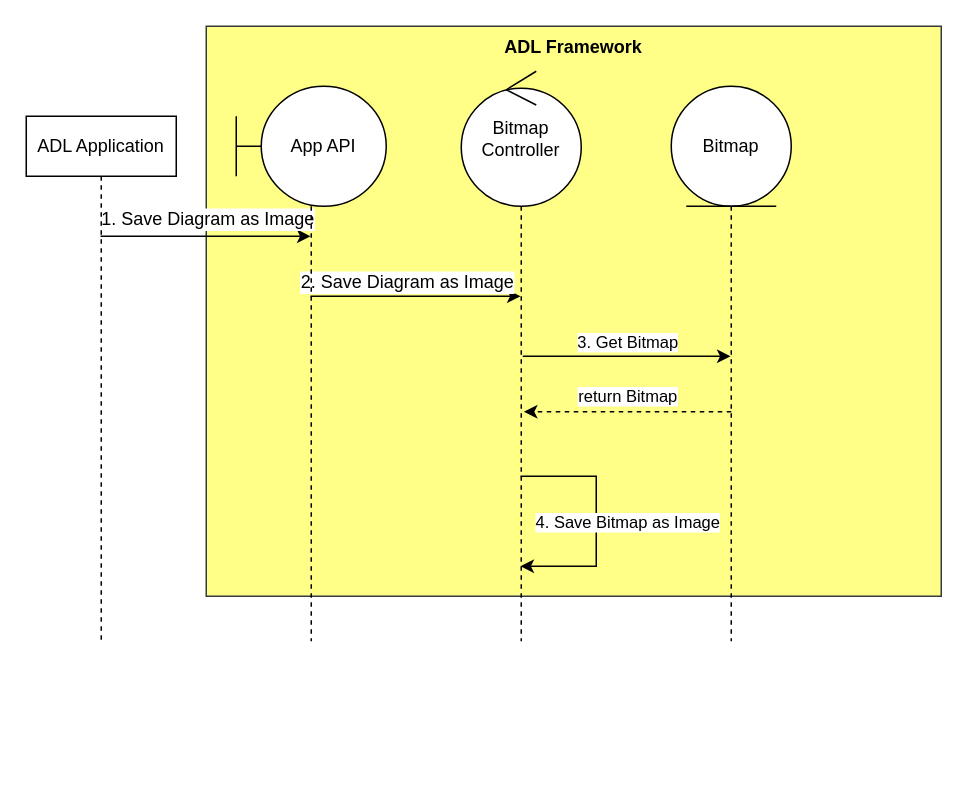
This is SaveDiagramAsADLfile.drawio from phunm211/SW-Associate-Architecture, a draw.io file, before an edit. Source tidied: cells renumbered, new cells numbered last; positions are measured from the earlier drawing's top-left corner, leaving out a move shared by most shapes. Both pictures are drawn from the tidied source at 150%, with x=0, y=0 at pixel (26, 26).
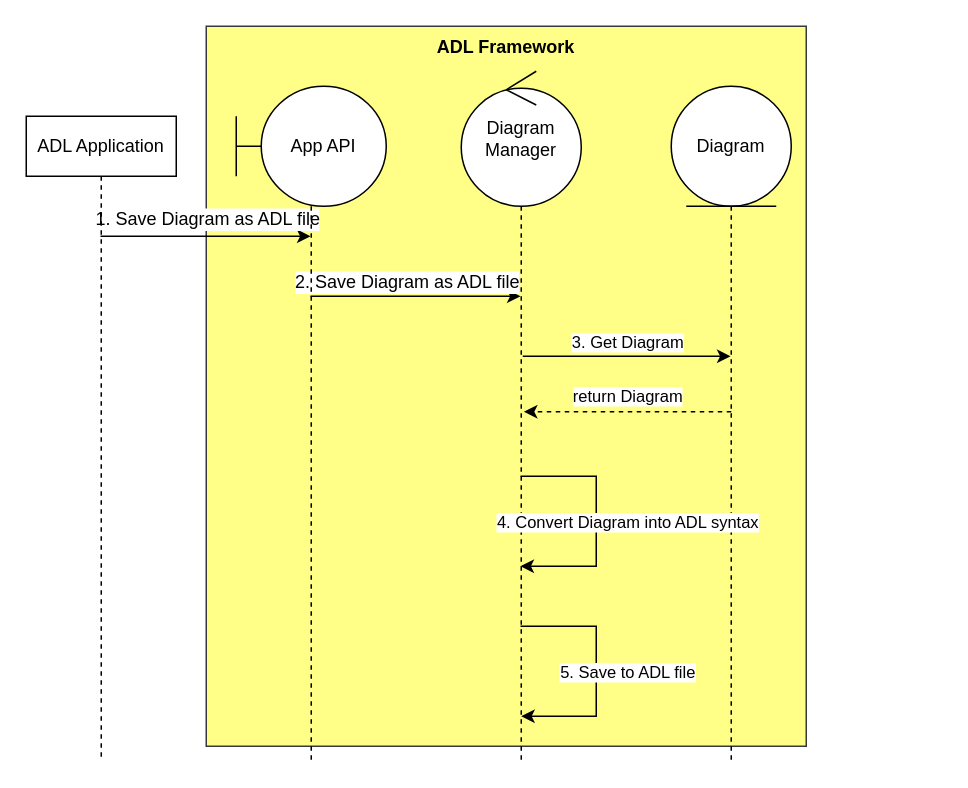
The same diagram, later.

The change refers to these unchanged cells:
```xml
<mxCell id="4" style="rounded=0;jettySize=auto;html=1;fontFamily=Helvetica;fontSize=12;fontColor=default;" parent="1" edge="1" source="6" target="10">
  <mxGeometry relative="1" as="geometry">
    <Array as="points">
      <mxPoint x="140" y="140" />
    </Array>
  </mxGeometry>
</mxCell>
<mxCell id="7" style="rounded=0;jettySize=auto;html=1;fontFamily=Helvetica;fontSize=12;fontColor=default;" parent="1" edge="1" source="10" target="9">
  <mxGeometry relative="1" as="geometry">
    <Array as="points">
      <mxPoint x="260" y="180" />
    </Array>
  </mxGeometry>
</mxCell>
<mxCell id="11" style="rounded=0;jettySize=auto;html=1;edgeStyle=elbowEdgeStyle;" parent="1" edge="1" target="9">
  <mxGeometry relative="1" as="geometry">
    <mxPoint x="329.5" y="300" as="sourcePoint" />
    <Array as="points">
      <mxPoint x="380" y="360" />
    </Array>
  </mxGeometry>
</mxCell>
<mxCell id="13" style="rounded=0;jettySize=auto;html=1;" parent="1" edge="1" target="3">
  <mxGeometry relative="1" as="geometry">
    <mxPoint x="331" y="220" as="sourcePoint" />
  </mxGeometry>
</mxCell>
```

Change to the diagram source:
```diff
@@
     <mxCell id="2" value="ADL Framework" style="rounded=0;whiteSpace=wrap;html=1;strokeColor=#36393d;align=center;verticalAlign=top;fontFamily=Helvetica;fontSize=12;fillColor=#ffff88;fontStyle=1;" parent="1" vertex="1">
-      <mxGeometry x="120" width="490" height="380" as="geometry" />
+      <mxGeometry x="120" width="400" height="480" as="geometry" />
     </mxCell>
-    <mxCell id="3" value="Bitmap" style="shape=umlLifeline;perimeter=lifelinePerimeter;whiteSpace=wrap;html=1;outlineConnect=0;portConstraint=eastwest;newEdgeStyle={&quot;curved&quot;:0,&quot;rounded&quot;:0};participant=umlEntity;strokeColor=default;align=center;verticalAlign=middle;fontFamily=Helvetica;fontSize=12;fontColor=default;fillColor=default;size=80;" parent="1" vertex="1">
-      <mxGeometry x="430" y="40" width="80" height="370" as="geometry" />
+    <mxCell id="3" value="Diagram" style="shape=umlLifeline;perimeter=lifelinePerimeter;whiteSpace=wrap;html=1;outlineConnect=0;portConstraint=eastwest;newEdgeStyle={&quot;curved&quot;:0,&quot;rounded&quot;:0};participant=umlEntity;strokeColor=default;align=center;verticalAlign=middle;fontFamily=Helvetica;fontSize=12;fontColor=default;fillColor=default;size=80;" parent="1" vertex="1">
+      <mxGeometry x="430" y="40" width="80" height="450" as="geometry" />
     </mxCell>
@@
-    <mxCell id="5" value="1. Save Diagram as Image" style="edgeLabel;html=1;align=center;verticalAlign=middle;fontSize=12;fontFamily=Helvetica;fontColor=default;" parent="4" vertex="1">
+    <mxCell id="5" value="1. Save Diagram as ADL file" style="edgeLabel;html=1;align=center;verticalAlign=middle;fontSize=12;fontFamily=Helvetica;fontColor=default;" parent="4" vertex="1">
       <mxGeometry x="-0.04" y="2" relative="1" as="geometry">
         <mxPoint x="4" y="-10" as="offset" />
       </mxGeometry>
     </mxCell>
     <mxCell id="6" value="ADL Application" style="shape=umlLifeline;perimeter=lifelinePerimeter;whiteSpace=wrap;html=1;outlineConnect=0;portConstraint=eastwest;newEdgeStyle={&quot;curved&quot;:0,&quot;rounded&quot;:0};" parent="1" vertex="1">
-      <mxGeometry y="60" width="100" height="350" as="geometry" />
+      <mxGeometry y="60" width="100" height="430" as="geometry" />
     </mxCell>
@@
-    <mxCell id="8" value="2. Save Diagram as Image" style="edgeLabel;html=1;align=center;verticalAlign=middle;fontSize=12;fontFamily=Helvetica;fontColor=default;" parent="7" vertex="1">
+    <mxCell id="8" value="2. Save Diagram as ADL file" style="edgeLabel;html=1;align=center;verticalAlign=middle;fontSize=12;fontFamily=Helvetica;fontColor=default;" parent="7" vertex="1">
       <mxGeometry x="-0.09" y="-1" relative="1" as="geometry">
         <mxPoint y="-11" as="offset" />
       </mxGeometry>
     </mxCell>
-    <mxCell id="9" value="Bitmap Controller" style="shape=umlLifeline;perimeter=lifelinePerimeter;whiteSpace=wrap;html=1;outlineConnect=0;portConstraint=eastwest;newEdgeStyle={&quot;curved&quot;:0,&quot;rounded&quot;:0};participant=umlControl;strokeColor=default;align=center;verticalAlign=middle;fontFamily=Helvetica;fontSize=12;fontColor=default;fillColor=default;size=90;" parent="1" vertex="1">
-      <mxGeometry x="290" y="30" width="80" height="380" as="geometry" />
+    <mxCell id="9" value="Diagram Manager" style="shape=umlLifeline;perimeter=lifelinePerimeter;whiteSpace=wrap;html=1;outlineConnect=0;portConstraint=eastwest;newEdgeStyle={&quot;curved&quot;:0,&quot;rounded&quot;:0};participant=umlControl;strokeColor=default;align=center;verticalAlign=middle;fontFamily=Helvetica;fontSize=12;fontColor=default;fillColor=default;size=90;" parent="1" vertex="1">
+      <mxGeometry x="290" y="30" width="80" height="460" as="geometry" />
     </mxCell>
     <mxCell id="10" value="&amp;nbsp; &amp;nbsp; &amp;nbsp;App API" style="shape=umlLifeline;perimeter=lifelinePerimeter;whiteSpace=wrap;html=1;outlineConnect=0;portConstraint=eastwest;newEdgeStyle={&quot;curved&quot;:0,&quot;rounded&quot;:0};participant=umlBoundary;size=80;" parent="1" vertex="1">
-      <mxGeometry x="140" y="40" width="100" height="370" as="geometry" />
+      <mxGeometry x="140" y="40" width="100" height="450" as="geometry" />
     </mxCell>
@@
-    <mxCell id="12" value="4. Save Bitmap as Image" style="edgeLabel;html=1;align=center;verticalAlign=middle;" parent="11" vertex="1">
+    <mxCell id="12" value="4. Convert Diagram into ADL syntax" style="edgeLabel;html=1;align=center;verticalAlign=middle;" parent="11" vertex="1">
       <mxGeometry x="-0.05" y="3" relative="1" as="geometry">
         <mxPoint x="17" y="5" as="offset" />
       </mxGeometry>
     </mxCell>
@@
-    <mxCell id="14" value="3. Get Bitmap" style="edgeLabel;html=1;align=center;verticalAlign=middle;" parent="13" vertex="1">
+    <mxCell id="14" value="3. Get Diagram" style="edgeLabel;html=1;align=center;verticalAlign=middle;" parent="13" vertex="1">
       <mxGeometry x="0.65" y="-2" relative="1" as="geometry">
         <mxPoint x="-45" y="-12" as="offset" />
       </mxGeometry>
     </mxCell>
-    <mxCell id="15" value="return Bitmap" style="rounded=0;orthogonalLoop=1;jettySize=auto;html=1;dashed=1;" parent="1" edge="1">
+    <mxCell id="15" value="return Diagram" style="rounded=0;orthogonalLoop=1;jettySize=auto;html=1;dashed=1;" parent="1" edge="1">
       <mxGeometry y="-10" relative="1" as="geometry">
         <mxPoint x="470" y="257" as="sourcePoint" />
         <mxPoint x="331.8" y="257" as="targetPoint" />
       </mxGeometry>
     </mxCell>
+    <mxCell id="16" style="rounded=0;orthogonalLoop=1;jettySize=auto;html=1;edgeStyle=elbowEdgeStyle;" parent="1" edge="1">
+      <mxGeometry relative="1" as="geometry">
+        <mxPoint x="329.5" y="400" as="sourcePoint" />
+        <mxPoint x="330" y="460" as="targetPoint" />
+        <Array as="points">
+          <mxPoint x="380" y="460" />
+        </Array>
+      </mxGeometry>
+    </mxCell>
+    <mxCell id="17" value="5. Save to ADL file" style="edgeLabel;html=1;align=center;verticalAlign=middle;" parent="16" vertex="1">
+      <mxGeometry x="-0.05" y="3" relative="1" as="geometry">
+        <mxPoint x="17" y="5" as="offset" />
+      </mxGeometry>
+    </mxCell>
```
